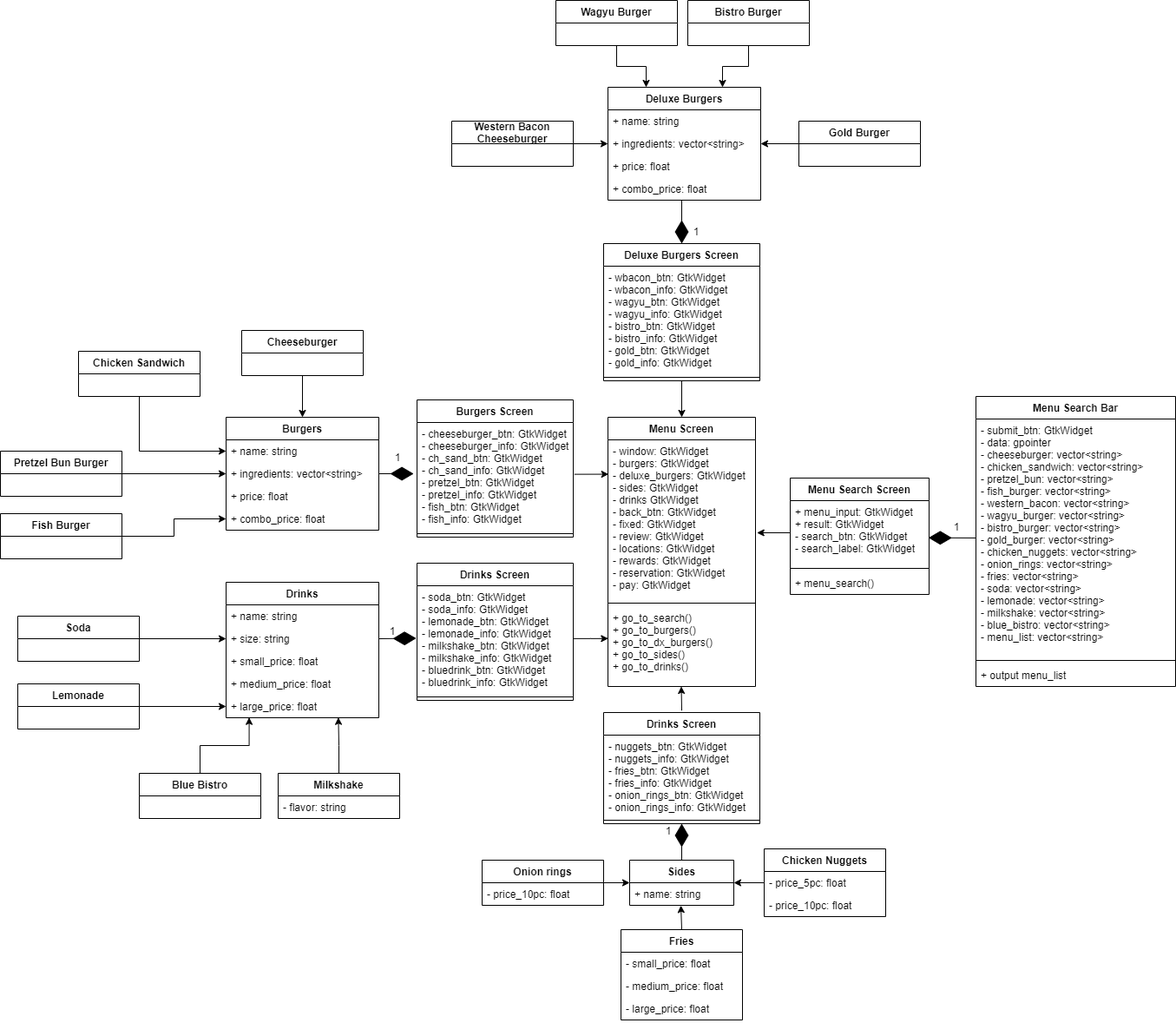
The draw.io diagram diagrams/Menu Search Class Diagram.drawio.png in Midknightsnack/CPSC-254-Project, before a commit. Source tidied: cells renumbered, new cells last; positions are measured from the earlier drawing's top-left corner, leaving out a move shared by most shapes.
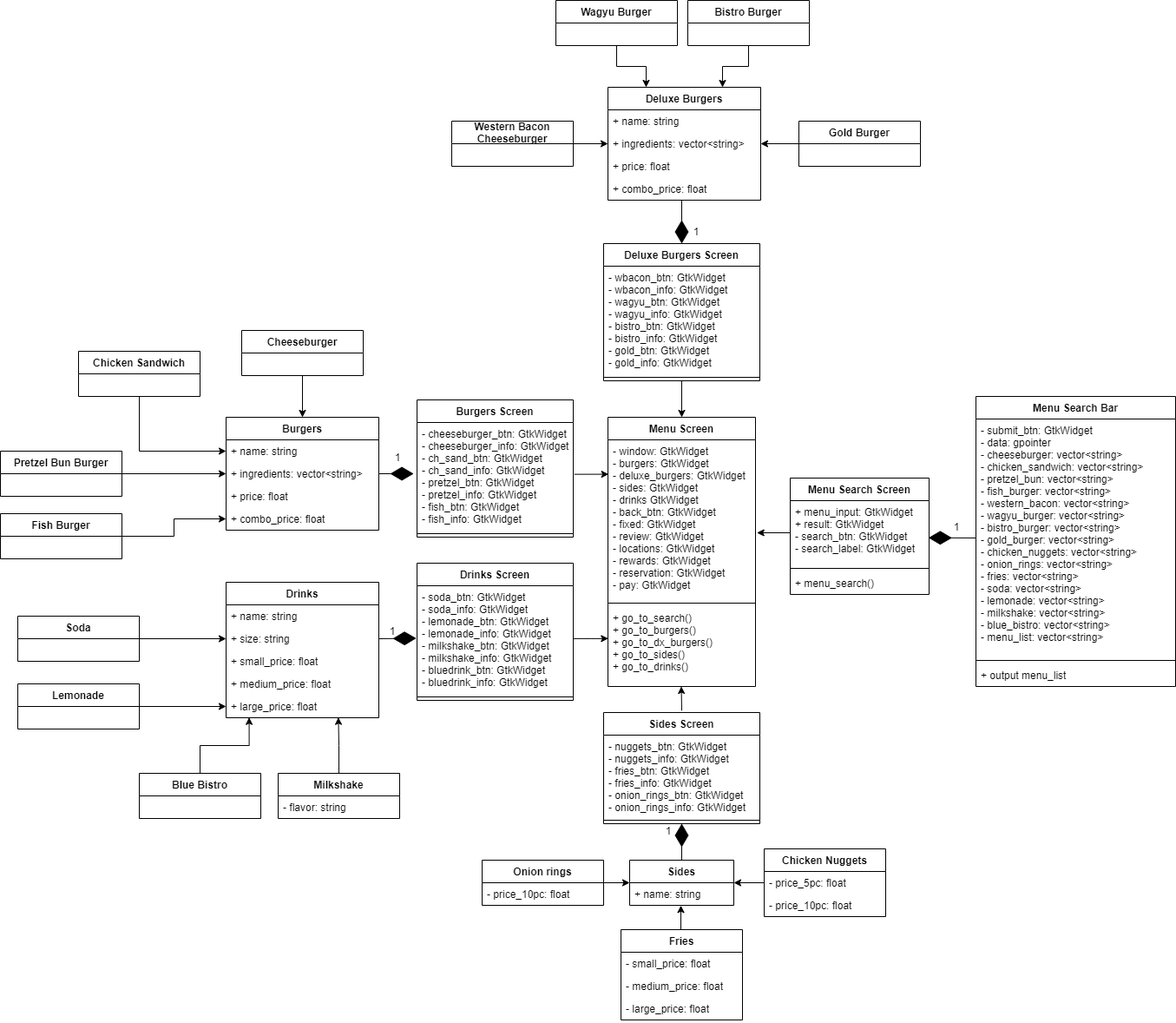
The same diagram one commit later.

Commit message:
updating menu class diagram

Diff of the diagram source:
```diff
@@ -275,7 +275,7 @@
     <mxCell id="92" style="line;strokeWidth=1;fillColor=none;align=left;verticalAlign=middle;spacingTop=-1;spacingLeft=3;spacingRight=3;labelPosition=right;strokeColor=inherit;" parent="90" vertex="1">
       <mxGeometry y="150" width="180" height="8" as="geometry" />
     </mxCell>
-    <mxCell id="93" value="Drinks Screen" style="swimlane;fontStyle=1;align=center;verticalAlign=top;horizontal=1;startSize=26;" parent="1" vertex="1">
+    <mxCell id="93" value="Sides Screen" style="swimlane;fontStyle=1;align=center;verticalAlign=top;horizontal=1;startSize=26;" parent="1" vertex="1">
       <mxGeometry x="695" y="820" width="180" height="128" as="geometry" />
     </mxCell>
     <mxCell id="94" value="- nuggets_btn: GtkWidget&#10;- nuggets_info: GtkWidget&#10;- fries_btn: GtkWidget&#10;- fries_info: GtkWidget&#10;- onion_rings_btn: GtkWidget&#10;- onion_rings_info: GtkWidget&#10;" style="text;strokeColor=none;fillColor=none;align=left;verticalAlign=top;spacingLeft=4;spacingRight=4;overflow=hidden;" parent="93" vertex="1">
```
